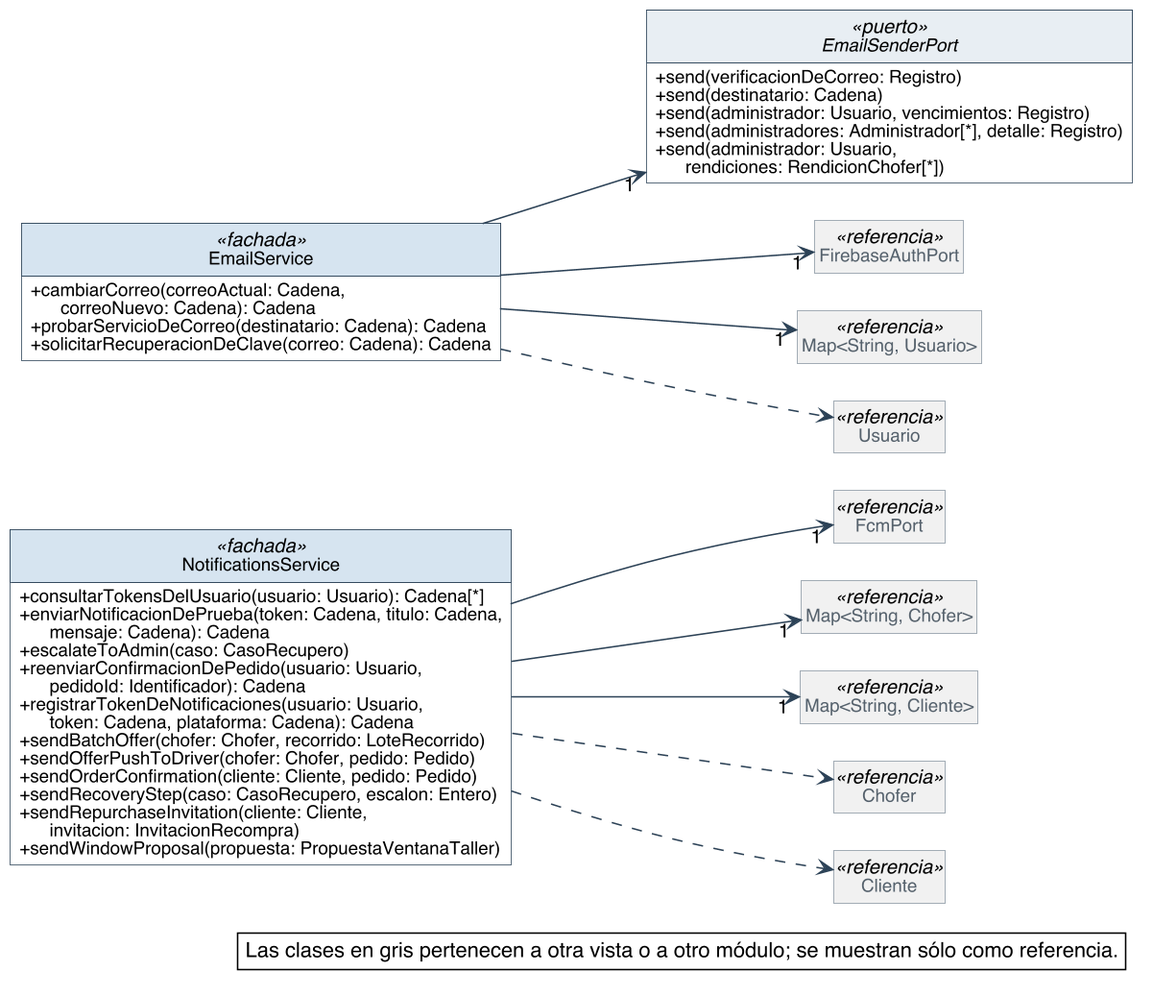
The PlantUML diagram diagramas/clases-diseno/DC_Mod_Notificaciones.png in Nahuelito-Dev/splg-docs, before a commit. Source of this version:
```plantuml
@startuml
skinparam backgroundColor #FFFFFF
skinparam shadowing false
skinparam defaultFontName Helvetica
skinparam defaultFontSize 13
skinparam dpi 150
skinparam nodesep 40
skinparam ranksep 55
skinparam classAttributeIconSize 0
skinparam roundCorner 0
skinparam genericDisplay old
skinparam class {
  BorderColor #2C4257
  BackgroundColor #FFFFFF
  ArrowColor #2C4257
  FontSize 14
  AttributeFontSize 12
  HeaderBackgroundColor #E8EEF3
}
skinparam class<<referencia>> {
  BackgroundColor #F1F1F1
  BorderColor #8A97A3
  FontColor #55616C
}
skinparam class<<fachada>> {
  HeaderBackgroundColor #D6E4F0
}
skinparam class<<controlador>> {
  HeaderBackgroundColor #D6E4F0
}
skinparam class<<fabricación pura>> {
  HeaderBackgroundColor #F3E9CF
}
skinparam class<<colección>> {
  HeaderBackgroundColor #E6E6E6
}
skinparam class<<adaptador>> {
  HeaderBackgroundColor #DCEBDD
}
skinparam interface {
  BorderColor #2C4257
  BackgroundColor #FFFFFF
  HeaderBackgroundColor #DCEBDD
  FontSize 14
  AttributeFontSize 12
}
skinparam note {
  BackgroundColor #FFFFFF
  BorderColor #2C4257
}
skinparam packageStyle rectangle
skinparam package {
  BorderColor #8A97A3
  FontSize 13
  FontColor #55616C
}
hide circle
hide empty members

left to right direction
skinparam nodesep 25
skinparam ranksep 90
class NotificationsService <<fachada>> {
  + consultarTokensDelUsuario(usuario: Usuario): Cadena[*]
  + enviarNotificacionDePrueba(token: Cadena, titulo: Cadena,\n      mensaje: Cadena): Cadena
  + escalateToAdmin(caso: CasoRecupero)
  + reenviarConfirmacionDePedido(usuario: Usuario,\n      pedidoId: Identificador): Cadena
  + registrarTokenDeNotificaciones(usuario: Usuario,\n      token: Cadena, plataforma: Cadena): Cadena
  + sendBatchOffer(chofer: Chofer, recorrido: LoteRecorrido)
  + sendOfferPushToDriver(chofer: Chofer, pedido: Pedido)
  + sendOrderConfirmation(cliente: Cliente, pedido: Pedido)
  + sendRecoveryStep(caso: CasoRecupero, escalon: Entero)
  + sendRepurchaseInvitation(cliente: Cliente,\n      invitacion: InvitacionRecompra)
  + sendWindowProposal(propuesta: PropuestaVentanaTaller)
}
class EmailService <<fachada>> {
  + cambiarCorreo(correoActual: Cadena,\n      correoNuevo: Cadena): Cadena
  + probarServicioDeCorreo(destinatario: Cadena): Cadena
  + solicitarRecuperacionDeClave(correo: Cadena): Cadena
}
interface EmailSenderPort <<puerto>> {
  + send(verificacionDeCorreo: Registro)
  + send(destinatario: Cadena)
  + send(administrador: Usuario, vencimientos: Registro)
  + send(administradores: Administrador[*], detalle: Registro)
  + send(administrador: Usuario,\n      rendiciones: RendicionChofer[*])
}
class FirebaseAuthPort <<referencia>>
class "Map<String, Usuario>" as Map_String_Usuario <<referencia>>
class FcmPort <<referencia>>
class "Map<String, Chofer>" as Map_String_Chofer <<referencia>>
class "Map<String, Cliente>" as Map_String_Cliente <<referencia>>
class Usuario <<referencia>>
class Chofer <<referencia>>
class Cliente <<referencia>>

EmailService --> "1" EmailSenderPort
EmailService --> "1" FirebaseAuthPort
EmailService --> "1" Map_String_Usuario
NotificationsService --> "1" FcmPort
NotificationsService --> "1" Map_String_Chofer
NotificationsService --> "1" Map_String_Cliente
EmailService ..> Usuario
NotificationsService ..> Chofer
NotificationsService ..> Cliente

legend bottom right
  Las clases en gris pertenecen a otra vista o a otro módulo; se muestran sólo como referencia.
endlegend
@enduml
```
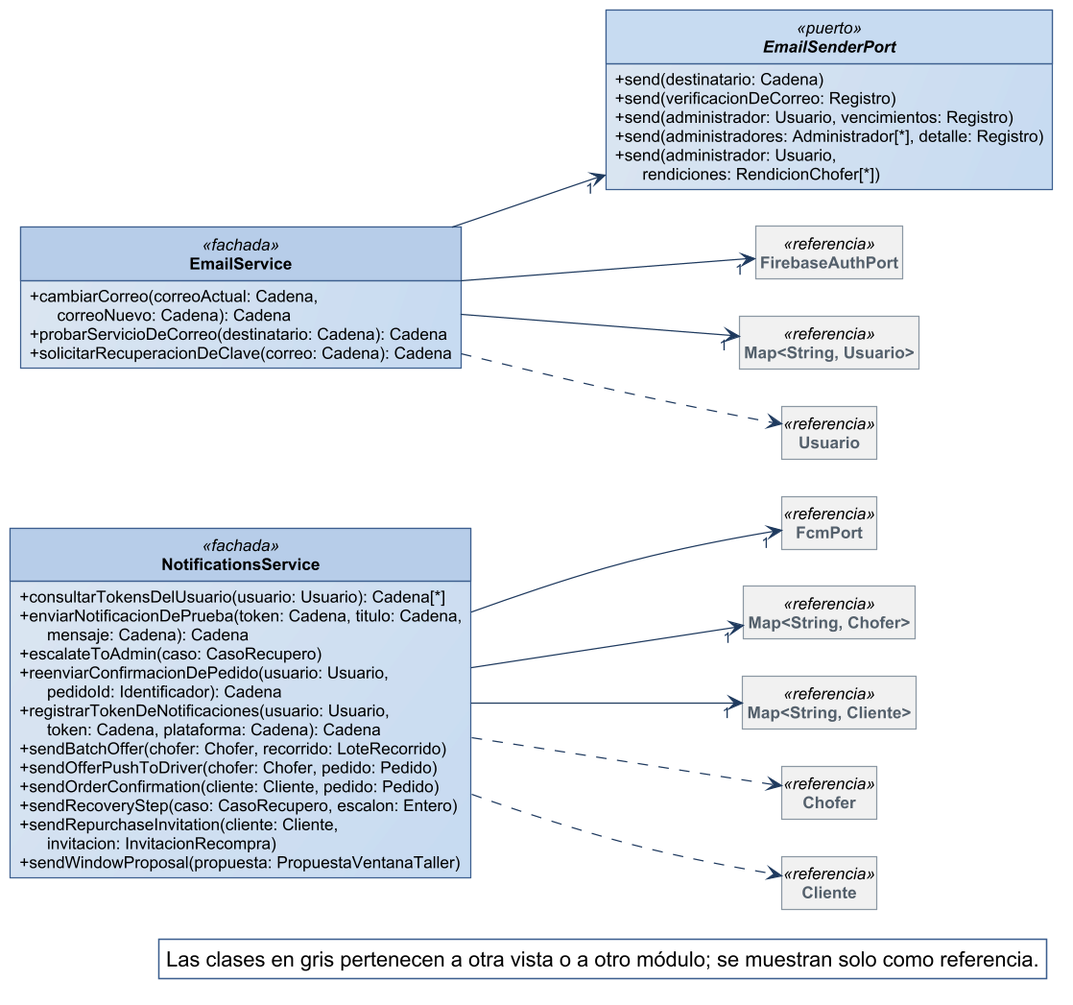
Later version of the same file.

Diff of the diagram source:
```diff
@@ -1,59 +1,29 @@
 @startuml
-skinparam backgroundColor #FFFFFF
-skinparam shadowing false
-skinparam defaultFontName Helvetica
-skinparam defaultFontSize 13
-skinparam dpi 150
+!include ../estilo-vp.iuml
 skinparam nodesep 40
 skinparam ranksep 55
-skinparam classAttributeIconSize 0
-skinparam roundCorner 0
 skinparam genericDisplay old
-skinparam class {
-  BorderColor #2C4257
-  BackgroundColor #FFFFFF
-  ArrowColor #2C4257
-  FontSize 14
-  AttributeFontSize 12
-  HeaderBackgroundColor #E8EEF3
-}
 skinparam class<<referencia>> {
   BackgroundColor #F1F1F1
   BorderColor #8A97A3
   FontColor #55616C
 }
 skinparam class<<fachada>> {
-  HeaderBackgroundColor #D6E4F0
+  HeaderBackgroundColor #B7CDE8
 }
 skinparam class<<controlador>> {
-  HeaderBackgroundColor #D6E4F0
+  HeaderBackgroundColor #B7CDE8
 }
 skinparam class<<fabricación pura>> {
-  HeaderBackgroundColor #F3E9CF
+  HeaderBackgroundColor #E4ECF6
 }
 skinparam class<<colección>> {
   HeaderBackgroundColor #E6E6E6
 }
 skinparam class<<adaptador>> {
-  HeaderBackgroundColor #DCEBDD
-}
-skinparam interface {
-  BorderColor #2C4257
-  BackgroundColor #FFFFFF
-  HeaderBackgroundColor #DCEBDD
-  FontSize 14
-  AttributeFontSize 12
-}
-skinparam note {
-  BackgroundColor #FFFFFF
-  BorderColor #2C4257
+  HeaderBackgroundColor #D5E3F3
 }
 skinparam packageStyle rectangle
-skinparam package {
-  BorderColor #8A97A3
-  FontSize 13
-  FontColor #55616C
-}
 hide circle
 hide empty members
 
@@ -79,8 +49,8 @@
   + solicitarRecuperacionDeClave(correo: Cadena): Cadena
 }
 interface EmailSenderPort <<puerto>> {
+  + send(destinatario: Cadena)
   + send(verificacionDeCorreo: Registro)
-  + send(destinatario: Cadena)
   + send(administrador: Usuario, vencimientos: Registro)
   + send(administradores: Administrador[*], detalle: Registro)
   + send(administrador: Usuario,\n      rendiciones: RendicionChofer[*])
@@ -105,6 +75,6 @@
 NotificationsService ..> Cliente
 
 legend bottom right
-  Las clases en gris pertenecen a otra vista o a otro módulo; se muestran sólo como referencia.
+  Las clases en gris pertenecen a otra vista o a otro módulo; se muestran solo como referencia.
 endlegend
 @enduml
```
